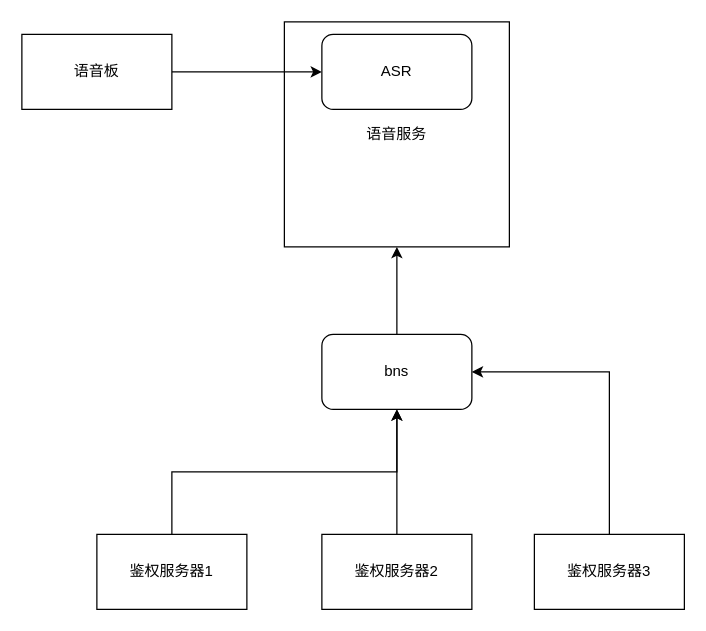
Above: 大屏交接/语音板.drawio in authorfu/drawio (draw.io), before the change. Source tidied: cells renumbered, new cells numbered last; positions are measured from the earlier drawing's top-left corner, leaving out a move shared by most shapes. Both pictures are drawn from the tidied source at 125%, with x=0, y=0 at pixel (21, 21).
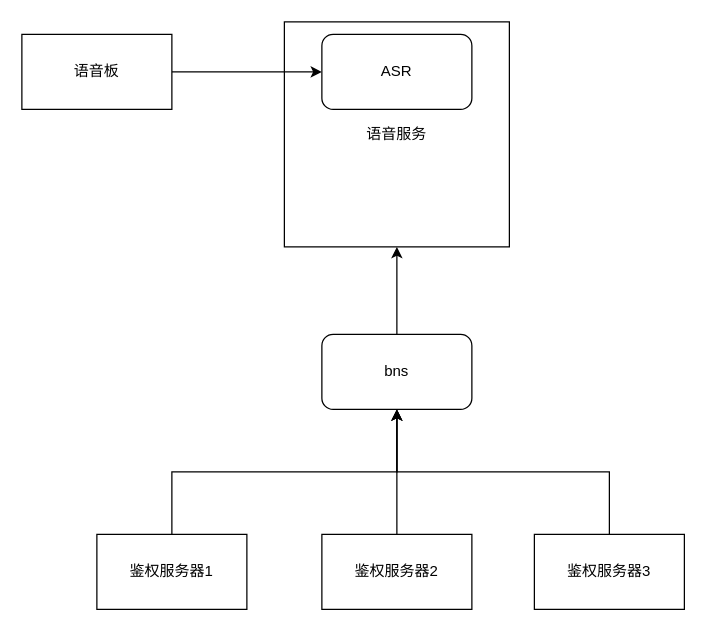
Above is the later version.

The edit, as a diff of the source:
```diff
@@
 <mxGraphModel>
   <root>
     <mxCell id="0" />
     <mxCell id="1" parent="0" />
     <mxCell id="2" value="语音服务" style="whiteSpace=wrap;html=1;" parent="1" vertex="1">
       <mxGeometry x="210" width="180" height="180" as="geometry" />
     </mxCell>
     <mxCell id="3" style="edgeStyle=orthogonalEdgeStyle;rounded=0;jettySize=auto;html=1;exitX=1;exitY=0.5;exitDx=0;exitDy=0;entryX=0;entryY=0.5;entryDx=0;entryDy=0;" parent="1" edge="1" source="4" target="5">
       <mxGeometry relative="1" as="geometry" />
     </mxCell>
     <mxCell id="4" value="语音板" style="rounded=0;whiteSpace=wrap;html=1;" parent="1" vertex="1">
       <mxGeometry y="10" width="120" height="60" as="geometry" />
     </mxCell>
     <mxCell id="5" value="ASR" style="rounded=1;whiteSpace=wrap;html=1;" parent="1" vertex="1">
       <mxGeometry x="240" y="10" width="120" height="60" as="geometry" />
     </mxCell>
     <mxCell id="6" style="edgeStyle=orthogonalEdgeStyle;rounded=0;jettySize=auto;html=1;exitX=0.5;exitY=0;exitDx=0;exitDy=0;entryX=0.5;entryY=1;entryDx=0;entryDy=0;" parent="1" edge="1" source="7" target="2">
       <mxGeometry relative="1" as="geometry" />
     </mxCell>
     <mxCell id="7" value="bns" style="rounded=1;whiteSpace=wrap;html=1;" parent="1" vertex="1">
       <mxGeometry x="240" y="250" width="120" height="60" as="geometry" />
     </mxCell>
     <mxCell id="8" style="edgeStyle=orthogonalEdgeStyle;rounded=0;jettySize=auto;html=1;exitX=0.5;exitY=0;exitDx=0;exitDy=0;" parent="1" edge="1" source="9" target="7">
       <mxGeometry relative="1" as="geometry" />
     </mxCell>
     <mxCell id="9" value="鉴权服务器1" style="rounded=0;whiteSpace=wrap;html=1;" parent="1" vertex="1">
       <mxGeometry x="60" y="410" width="120" height="60" as="geometry" />
     </mxCell>
     <mxCell id="10" style="edgeStyle=orthogonalEdgeStyle;rounded=0;jettySize=auto;html=1;exitX=0.5;exitY=0;exitDx=0;exitDy=0;" parent="1" edge="1" source="11">
       <mxGeometry relative="1" as="geometry">
         <mxPoint x="300" y="310" as="targetPoint" />
       </mxGeometry>
     </mxCell>
     <mxCell id="11" value="鉴权服务器2" style="rounded=0;whiteSpace=wrap;html=1;" parent="1" vertex="1">
       <mxGeometry x="240" y="410" width="120" height="60" as="geometry" />
     </mxCell>
-    <mxCell id="12" style="edgeStyle=orthogonalEdgeStyle;rounded=0;jettySize=auto;html=1;exitX=0.5;exitY=0;exitDx=0;exitDy=0;entryX=1;entryY=0.5;entryDx=0;entryDy=0;" parent="1" edge="1" source="13" target="7">
+    <mxCell id="12" style="edgeStyle=orthogonalEdgeStyle;rounded=0;jettySize=auto;html=1;exitX=0.5;exitY=0;exitDx=0;exitDy=0;entryX=0.5;entryY=1;entryDx=0;entryDy=0;" parent="1" edge="1" source="13" target="7">
       <mxGeometry relative="1" as="geometry" />
     </mxCell>
     <mxCell id="13" value="鉴权服务器3" style="rounded=0;whiteSpace=wrap;html=1;" parent="1" vertex="1">
       <mxGeometry x="410" y="410" width="120" height="60" as="geometry" />
     </mxCell>
   </root>
 </mxGraphModel>
```
